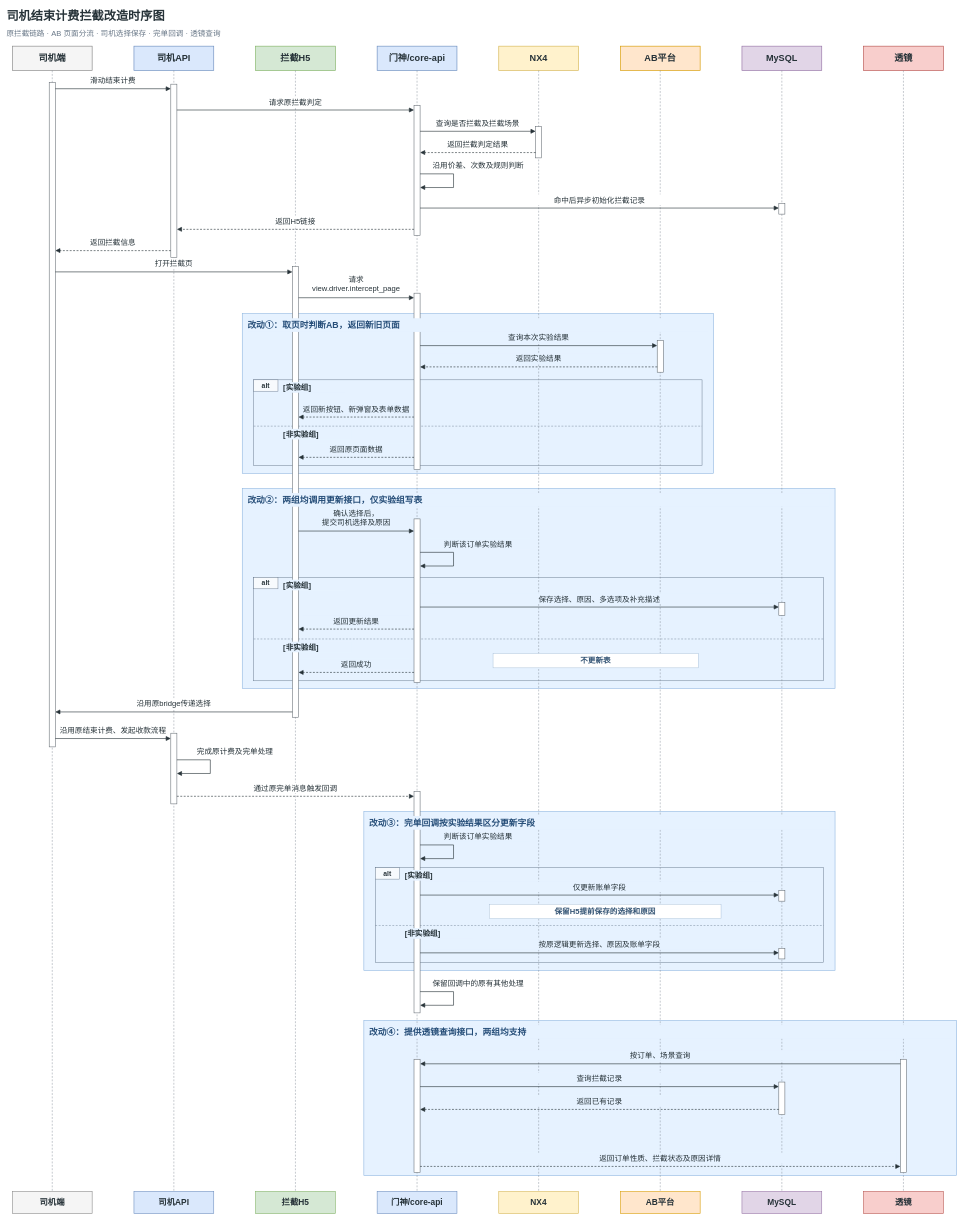
Above: 司机结束计费拦截改造时序图.drawio in EYOKE/hello-world (draw.io), before the change. Source tidied: cells renumbered, new cells numbered last; positions are measured from the earlier drawing's top-left corner, leaving out a move shared by most shapes. Both pictures are drawn from the tidied source at 38%, with x=0, y=0 at pixel (6, 6).
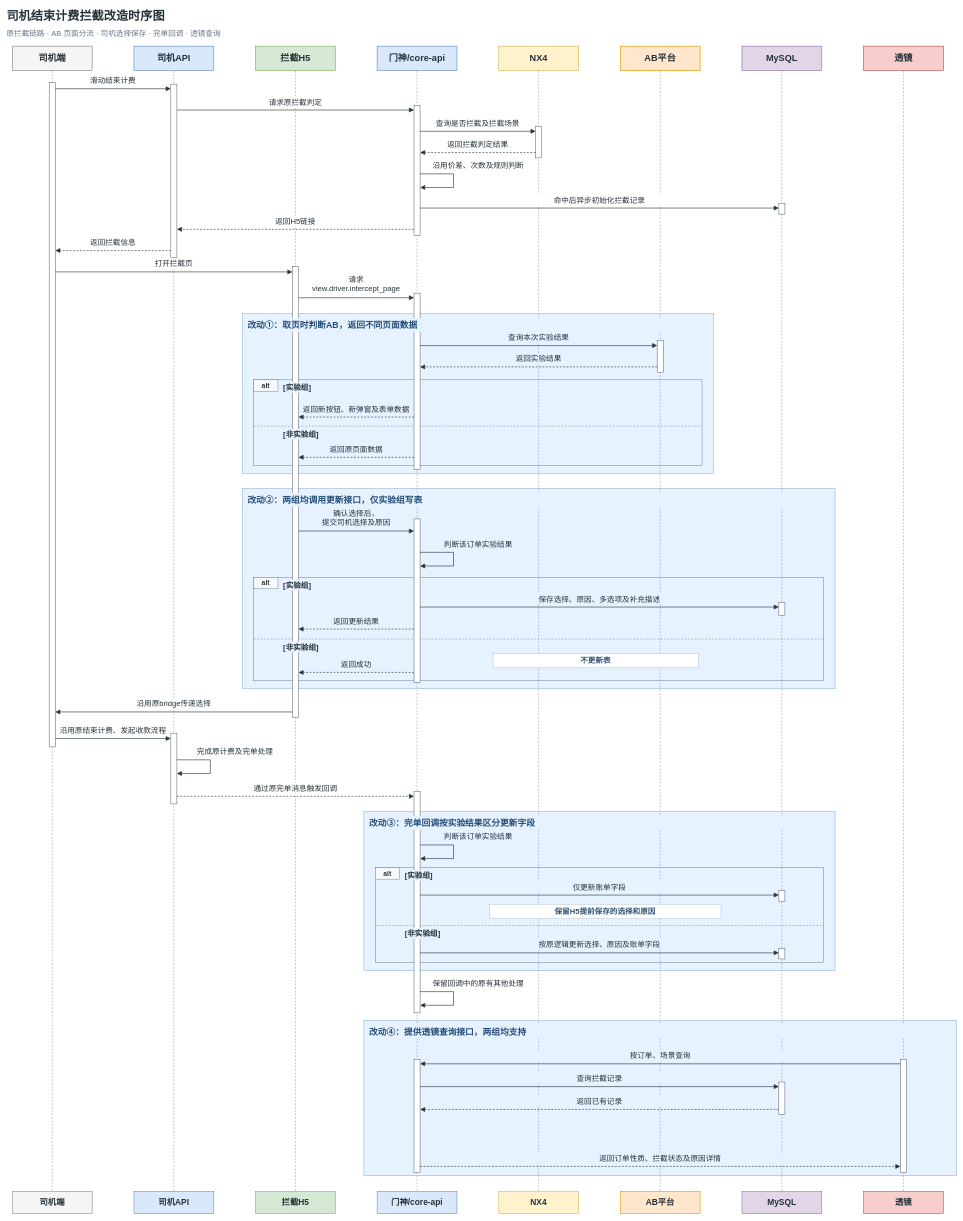
The same page after the edit.

Commit message:
更新司机结束计费拦截改造时序图.drawio

Change to the diagram source:
```diff
@@
-    <mxCell id="143" value="改动①：取页时判断AB，返回新旧页面" style="text;html=0;whiteSpace=wrap;overflow=visible;rounded=0;align=left;verticalAlign=middle;spacing=0;fontFamily=Arial, PingFang SC, Microsoft YaHei, sans-serif;fontSize=23;fontColor=#254D78;fontStyle=1;fillColor=#E6F2FF;strokeColor=none;" parent="1" vertex="1">
+    <mxCell id="143" value="改动①：取页时判断AB，返回不同页面数据" style="text;html=0;whiteSpace=wrap;overflow=visible;rounded=0;align=left;verticalAlign=middle;spacing=0;fontFamily=Arial, PingFang SC, Microsoft YaHei, sans-serif;fontSize=23;fontColor=#254D78;fontStyle=1;fillColor=#E6F2FF;strokeColor=none;" parent="1" vertex="1">
       <mxGeometry x="634" y="820" width="1212" height="36" as="geometry" />
     </mxCell>
```
